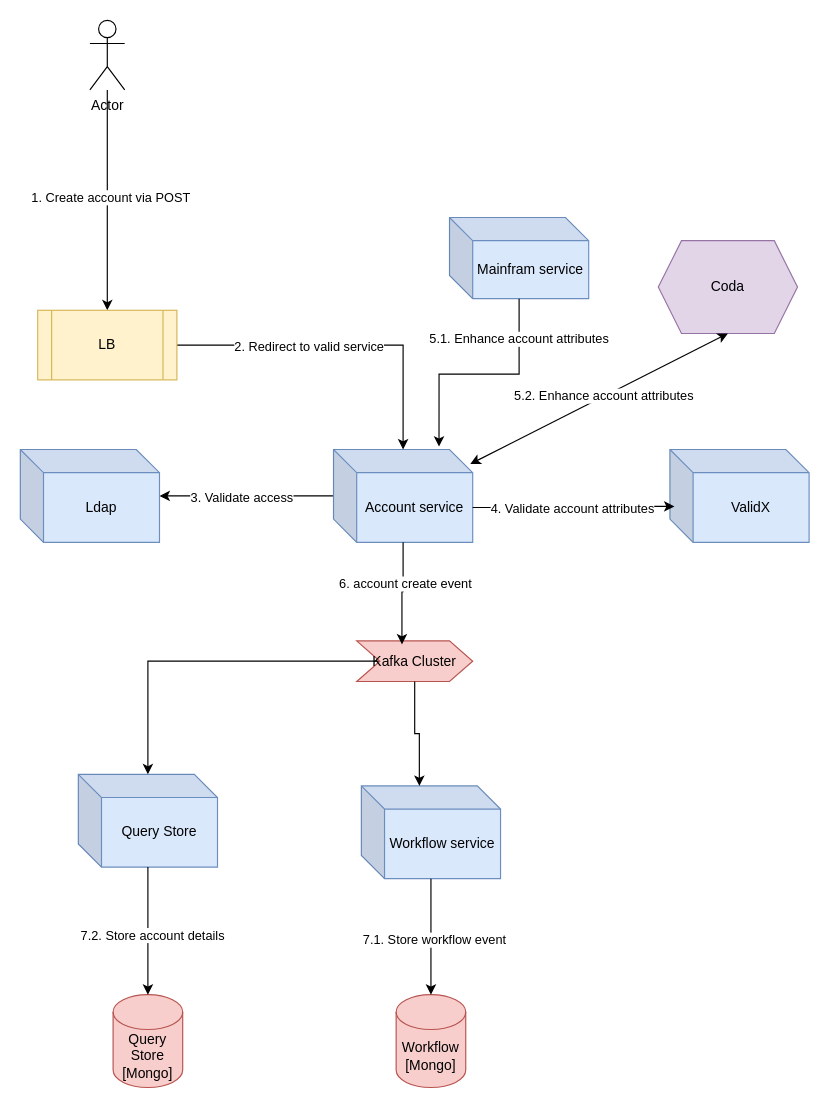
Before: Create account flow.drawio in cyberstoneac/draw_io_docs, a draw.io diagram. Source tidied: cells renumbered, new cells numbered last; positions are measured from the earlier drawing's top-left corner, leaving out a move shared by most shapes. Both pictures are drawn from the tidied source at 116%, with x=0, y=0 at pixel (20, 20).
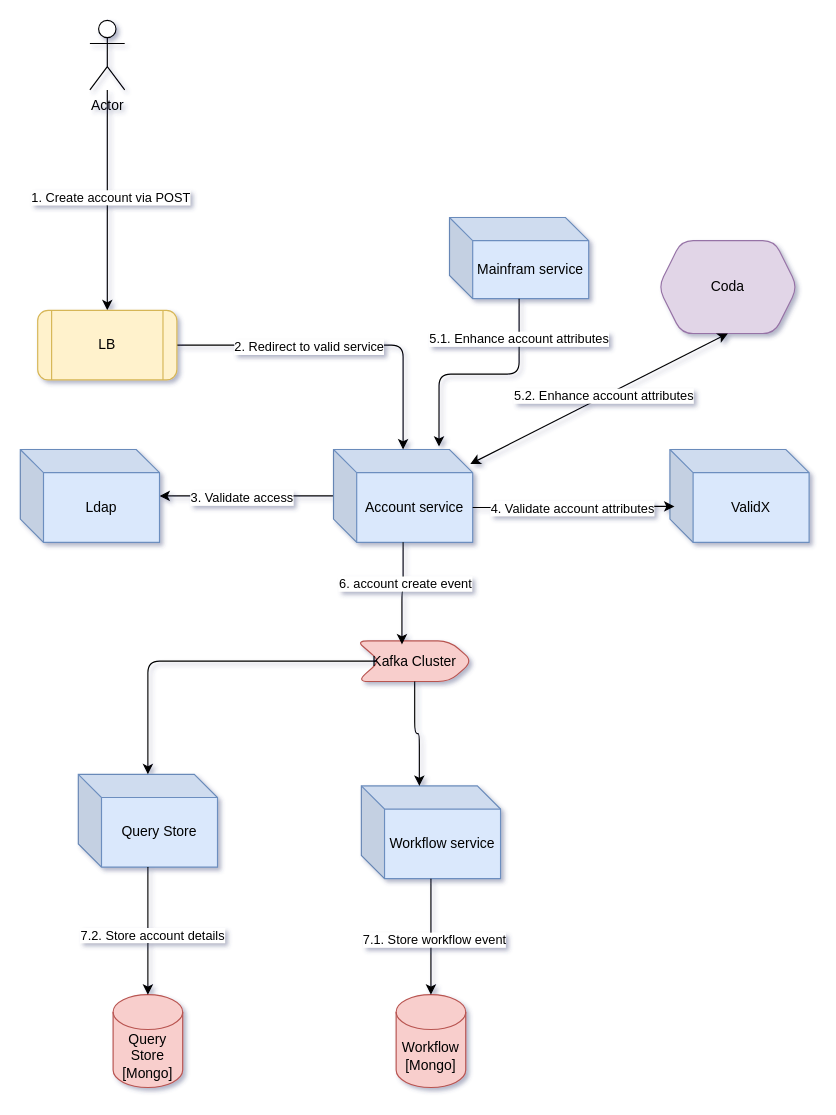
Above is the later version.

Diff of the diagram source:
```diff
@@
-<mxGraphModel>
+<mxGraphModel shadow="1">
@@
-    <mxCell id="2" style="edgeStyle=orthogonalEdgeStyle;rounded=0;jettySize=auto;html=1;" parent="1" edge="1" source="4" target="11">
+    <mxCell id="2" style="edgeStyle=orthogonalEdgeStyle;rounded=1;jettySize=auto;html=1;" parent="1" edge="1" source="4" target="11">
       <mxGeometry relative="1" as="geometry" />
     </mxCell>
-    <mxCell id="3" value="3. Validate access" style="edgeLabel;html=1;align=center;verticalAlign=middle;" parent="2" vertex="1">
+    <mxCell id="3" value="3. Validate access" style="edgeLabel;html=1;align=center;verticalAlign=middle;rounded=1;roundedPerimeter=1;" parent="2" vertex="1">
       <mxGeometry x="0.06" y="1" relative="1" as="geometry" />
     </mxCell>
-    <mxCell id="4" value="Account service" style="shape=cube;whiteSpace=wrap;html=1;boundedLbl=1;backgroundOutline=1;darkOpacity=0.05;darkOpacity2=0.1;fillColor=#dae8fc;strokeColor=#6c8ebf;" parent="1" vertex="1">
+    <mxCell id="4" value="Account service" style="shape=cube;whiteSpace=wrap;html=1;boundedLbl=1;backgroundOutline=1;darkOpacity=0.05;darkOpacity2=0.1;fillColor=#dae8fc;strokeColor=#6c8ebf;rounded=1;roundedPerimeter=1;" parent="1" vertex="1">
       <mxGeometry x="270" y="370" width="120" height="80" as="geometry" />
     </mxCell>
-    <mxCell id="5" style="edgeStyle=orthogonalEdgeStyle;rounded=0;jettySize=auto;html=1;entryX=0.5;entryY=0;entryDx=0;entryDy=0;" parent="1" edge="1" source="7" target="10">
+    <mxCell id="5" style="edgeStyle=orthogonalEdgeStyle;rounded=1;jettySize=auto;html=1;entryX=0.5;entryY=0;entryDx=0;entryDy=0;" parent="1" edge="1" source="7" target="10">
       <mxGeometry relative="1" as="geometry" />
     </mxCell>
-    <mxCell id="6" value="1. Create account via POST" style="edgeLabel;html=1;align=center;verticalAlign=middle;" parent="5" vertex="1">
+    <mxCell id="6" value="1. Create account via POST" style="edgeLabel;html=1;align=center;verticalAlign=middle;rounded=1;roundedPerimeter=1;" parent="5" vertex="1">
       <mxGeometry x="-0.03" y="2" relative="1" as="geometry" />
     </mxCell>
-    <mxCell id="7" value="Actor" style="shape=umlActor;verticalLabelPosition=bottom;verticalAlign=top;html=1;outlineConnect=0;" parent="1" vertex="1">
+    <mxCell id="7" value="Actor" style="shape=umlActor;verticalLabelPosition=bottom;verticalAlign=top;html=1;outlineConnect=0;rounded=1;roundedPerimeter=1;" parent="1" vertex="1">
       <mxGeometry x="60" width="30" height="60" as="geometry" />
     </mxCell>
-    <mxCell id="8" style="edgeStyle=orthogonalEdgeStyle;rounded=0;jettySize=auto;html=1;" parent="1" edge="1" source="10" target="4">
+    <mxCell id="8" style="edgeStyle=orthogonalEdgeStyle;rounded=1;jettySize=auto;html=1;" parent="1" edge="1" source="10" target="4">
       <mxGeometry relative="1" as="geometry" />
     </mxCell>
-    <mxCell id="9" value="2. Redirect to valid service" style="edgeLabel;html=1;align=center;verticalAlign=middle;" parent="8" vertex="1">
+    <mxCell id="9" value="2. Redirect to valid service" style="edgeLabel;html=1;align=center;verticalAlign=middle;rounded=1;roundedPerimeter=1;" parent="8" vertex="1">
       <mxGeometry x="-0.21" y="-1" relative="1" as="geometry" />
     </mxCell>
-    <mxCell id="10" value="LB" style="shape=process;whiteSpace=wrap;html=1;backgroundOutline=1;fillColor=#fff2cc;strokeColor=#d6b656;" parent="1" vertex="1">
+    <mxCell id="10" value="LB" style="shape=process;whiteSpace=wrap;html=1;backgroundOutline=1;fillColor=#fff2cc;strokeColor=#d6b656;rounded=1;roundedPerimeter=1;" parent="1" vertex="1">
       <mxGeometry x="15" y="250" width="120" height="60" as="geometry" />
     </mxCell>
-    <mxCell id="11" value="Ldap" style="shape=cube;whiteSpace=wrap;html=1;boundedLbl=1;backgroundOutline=1;darkOpacity=0.05;darkOpacity2=0.1;fillColor=#dae8fc;strokeColor=#6c8ebf;" parent="1" vertex="1">
+    <mxCell id="11" value="Ldap" style="shape=cube;whiteSpace=wrap;html=1;boundedLbl=1;backgroundOutline=1;darkOpacity=0.05;darkOpacity2=0.1;fillColor=#dae8fc;strokeColor=#6c8ebf;rounded=1;roundedPerimeter=1;" parent="1" vertex="1">
       <mxGeometry y="370" width="120" height="80" as="geometry" />
     </mxCell>
-    <mxCell id="12" value="ValidX" style="shape=cube;whiteSpace=wrap;html=1;boundedLbl=1;backgroundOutline=1;darkOpacity=0.05;darkOpacity2=0.1;fillColor=#dae8fc;strokeColor=#6c8ebf;" parent="1" vertex="1">
+    <mxCell id="12" value="ValidX" style="shape=cube;whiteSpace=wrap;html=1;boundedLbl=1;backgroundOutline=1;darkOpacity=0.05;darkOpacity2=0.1;fillColor=#dae8fc;strokeColor=#6c8ebf;rounded=1;roundedPerimeter=1;" parent="1" vertex="1">
       <mxGeometry x="560" y="370" width="120" height="80" as="geometry" />
     </mxCell>
-    <mxCell id="13" style="edgeStyle=orthogonalEdgeStyle;rounded=0;jettySize=auto;html=1;exitX=0;exitY=0;exitDx=120;exitDy=50;exitPerimeter=0;entryX=0.033;entryY=0.613;entryDx=0;entryDy=0;entryPerimeter=0;" parent="1" edge="1" source="4" target="12">
+    <mxCell id="13" style="edgeStyle=orthogonalEdgeStyle;rounded=1;jettySize=auto;html=1;exitX=0;exitY=0;exitDx=120;exitDy=50;exitPerimeter=0;entryX=0.033;entryY=0.613;entryDx=0;entryDy=0;entryPerimeter=0;" parent="1" edge="1" source="4" target="12">
       <mxGeometry relative="1" as="geometry" />
     </mxCell>
-    <mxCell id="14" value="4. Validate account attributes" style="edgeLabel;html=1;align=center;verticalAlign=middle;" parent="13" vertex="1">
+    <mxCell id="14" value="4. Validate account attributes" style="edgeLabel;html=1;align=center;verticalAlign=middle;rounded=1;roundedPerimeter=1;" parent="13" vertex="1">
       <mxGeometry x="-0.01" y="-1" relative="1" as="geometry" />
     </mxCell>
-    <mxCell id="15" value="Workflow service" style="shape=cube;whiteSpace=wrap;html=1;boundedLbl=1;backgroundOutline=1;darkOpacity=0.05;darkOpacity2=0.1;fillColor=#dae8fc;strokeColor=#6c8ebf;" parent="1" vertex="1">
+    <mxCell id="15" value="Workflow service" style="shape=cube;whiteSpace=wrap;html=1;boundedLbl=1;backgroundOutline=1;darkOpacity=0.05;darkOpacity2=0.1;fillColor=#dae8fc;strokeColor=#6c8ebf;rounded=1;roundedPerimeter=1;" parent="1" vertex="1">
       <mxGeometry x="294" y="660" width="120" height="80" as="geometry" />
     </mxCell>
-    <mxCell id="16" value="Query Store" style="shape=cube;whiteSpace=wrap;html=1;boundedLbl=1;backgroundOutline=1;darkOpacity=0.05;darkOpacity2=0.1;fillColor=#dae8fc;strokeColor=#6c8ebf;" parent="1" vertex="1">
+    <mxCell id="16" value="Query Store" style="shape=cube;whiteSpace=wrap;html=1;boundedLbl=1;backgroundOutline=1;darkOpacity=0.05;darkOpacity2=0.1;fillColor=#dae8fc;strokeColor=#6c8ebf;rounded=1;roundedPerimeter=1;" parent="1" vertex="1">
       <mxGeometry x="50" y="650" width="120" height="80" as="geometry" />
     </mxCell>
-    <mxCell id="17" style="edgeStyle=orthogonalEdgeStyle;rounded=0;jettySize=auto;html=1;" parent="1" edge="1" source="18" target="16">
+    <mxCell id="17" style="edgeStyle=orthogonalEdgeStyle;rounded=1;jettySize=auto;html=1;" parent="1" edge="1" source="18" target="16">
       <mxGeometry relative="1" as="geometry" />
     </mxCell>
-    <mxCell id="18" value="Kafka Cluster" style="shape=step;perimeter=stepPerimeter;whiteSpace=wrap;html=1;shapeInside=1;fixedSize=1;fillColor=#f8cecc;strokeColor=#b85450;" parent="1" vertex="1">
+    <mxCell id="18" value="Kafka Cluster" style="shape=step;perimeter=stepPerimeter;whiteSpace=wrap;html=1;shapeInside=1;fixedSize=1;fillColor=#f8cecc;strokeColor=#b85450;rounded=1;roundedPerimeter=1;" parent="1" vertex="1">
       <mxGeometry x="290" y="535" width="100" height="35" as="geometry" />
     </mxCell>
-    <mxCell id="19" style="edgeStyle=orthogonalEdgeStyle;rounded=0;jettySize=auto;html=1;entryX=0.39;entryY=0.086;entryDx=0;entryDy=0;entryPerimeter=0;" parent="1" edge="1" source="4" target="18">
+    <mxCell id="19" style="edgeStyle=orthogonalEdgeStyle;rounded=1;jettySize=auto;html=1;entryX=0.39;entryY=0.086;entryDx=0;entryDy=0;entryPerimeter=0;" parent="1" edge="1" source="4" target="18">
       <mxGeometry relative="1" as="geometry" />
     </mxCell>
-    <mxCell id="20" value="6. account create event" style="edgeLabel;html=1;align=center;verticalAlign=middle;" parent="19" vertex="1">
+    <mxCell id="20" value="6. account create event" style="edgeLabel;html=1;align=center;verticalAlign=middle;rounded=1;roundedPerimeter=1;" parent="19" vertex="1">
       <mxGeometry x="-0.21" y="1" relative="1" as="geometry" />
     </mxCell>
-    <mxCell id="21" style="edgeStyle=orthogonalEdgeStyle;rounded=0;jettySize=auto;html=1;entryX=0;entryY=0;entryDx=50;entryDy=0;entryPerimeter=0;" parent="1" edge="1" source="18" target="15">
+    <mxCell id="21" style="edgeStyle=orthogonalEdgeStyle;rounded=1;jettySize=auto;html=1;entryX=0;entryY=0;entryDx=50;entryDy=0;entryPerimeter=0;" parent="1" edge="1" source="18" target="15">
       <mxGeometry relative="1" as="geometry" />
     </mxCell>
-    <mxCell id="22" value="Workflow [Mongo]" style="shape=cylinder3;whiteSpace=wrap;html=1;boundedLbl=1;backgroundOutline=1;size=15;fillColor=#f8cecc;strokeColor=#b85450;" parent="1" vertex="1">
+    <mxCell id="22" value="Workflow [Mongo]" style="shape=cylinder3;whiteSpace=wrap;html=1;boundedLbl=1;backgroundOutline=1;size=15;fillColor=#f8cecc;strokeColor=#b85450;rounded=1;roundedPerimeter=1;" parent="1" vertex="1">
       <mxGeometry x="324" y="840" width="60" height="80" as="geometry" />
     </mxCell>
-    <mxCell id="23" style="edgeStyle=orthogonalEdgeStyle;rounded=0;jettySize=auto;html=1;entryX=0.5;entryY=0;entryDx=0;entryDy=0;entryPerimeter=0;" parent="1" edge="1" source="15" target="22">
+    <mxCell id="23" style="edgeStyle=orthogonalEdgeStyle;rounded=1;jettySize=auto;html=1;entryX=0.5;entryY=0;entryDx=0;entryDy=0;entryPerimeter=0;" parent="1" edge="1" source="15" target="22">
       <mxGeometry relative="1" as="geometry" />
     </mxCell>
-    <mxCell id="24" value="7.1. Store workflow event" style="edgeLabel;html=1;align=center;verticalAlign=middle;" parent="23" vertex="1">
+    <mxCell id="24" value="7.1. Store workflow event" style="edgeLabel;html=1;align=center;verticalAlign=middle;rounded=1;roundedPerimeter=1;" parent="23" vertex="1">
       <mxGeometry x="0.03" y="2" relative="1" as="geometry" />
     </mxCell>
-    <mxCell id="25" value="Query Store [Mongo]" style="shape=cylinder3;whiteSpace=wrap;html=1;boundedLbl=1;backgroundOutline=1;size=15;fillColor=#f8cecc;strokeColor=#b85450;" parent="1" vertex="1">
+    <mxCell id="25" value="Query Store [Mongo]" style="shape=cylinder3;whiteSpace=wrap;html=1;boundedLbl=1;backgroundOutline=1;size=15;fillColor=#f8cecc;strokeColor=#b85450;rounded=1;roundedPerimeter=1;" parent="1" vertex="1">
       <mxGeometry x="80" y="840" width="60" height="80" as="geometry" />
     </mxCell>
-    <mxCell id="26" style="edgeStyle=orthogonalEdgeStyle;rounded=0;jettySize=auto;html=1;entryX=0.5;entryY=0;entryDx=0;entryDy=0;entryPerimeter=0;" parent="1" edge="1" source="16" target="25">
+    <mxCell id="26" style="edgeStyle=orthogonalEdgeStyle;rounded=1;jettySize=auto;html=1;entryX=0.5;entryY=0;entryDx=0;entryDy=0;entryPerimeter=0;" parent="1" edge="1" source="16" target="25">
       <mxGeometry relative="1" as="geometry" />
     </mxCell>
-    <mxCell id="27" value="7.2. Store account details" style="edgeLabel;html=1;align=center;verticalAlign=middle;" parent="26" vertex="1">
+    <mxCell id="27" value="7.2. Store account details" style="edgeLabel;html=1;align=center;verticalAlign=middle;rounded=1;roundedPerimeter=1;" parent="26" vertex="1">
       <mxGeometry x="0.05" y="3" relative="1" as="geometry" />
     </mxCell>
-    <mxCell id="28" value="Coda" style="shape=hexagon;perimeter=hexagonPerimeter2;whiteSpace=wrap;html=1;shapeInside=1;fixedSize=1;fillColor=#e1d5e7;strokeColor=#9673a6;" parent="1" vertex="1">
+    <mxCell id="28" value="Coda" style="shape=hexagon;perimeter=hexagonPerimeter2;whiteSpace=wrap;html=1;shapeInside=1;fixedSize=1;fillColor=#e1d5e7;strokeColor=#9673a6;rounded=1;roundedPerimeter=1;" parent="1" vertex="1">
       <mxGeometry x="550" y="190" width="120" height="80" as="geometry" />
     </mxCell>
-    <mxCell id="29" style="endArrow=classic;startArrow=classic;html=1;rounded=0;exitX=0.983;exitY=0.156;exitDx=0;exitDy=0;exitPerimeter=0;" parent="1" edge="1" source="4">
+    <mxCell id="29" style="endArrow=classic;startArrow=classic;html=1;rounded=1;exitX=0.983;exitY=0.156;exitDx=0;exitDy=0;exitPerimeter=0;" parent="1" edge="1" source="4">
       <mxGeometry relative="1" as="geometry">
         <mxPoint x="610" y="270" as="targetPoint" />
       </mxGeometry>
     </mxCell>
-    <mxCell id="30" value="5.2. Enhance account attributes" style="edgeLabel;html=1;align=center;verticalAlign=middle;" parent="29" vertex="1">
+    <mxCell id="30" value="5.2. Enhance account attributes" style="edgeLabel;html=1;align=center;verticalAlign=middle;rounded=1;roundedPerimeter=1;" parent="29" vertex="1">
       <mxGeometry x="0.04" y="1" relative="1" as="geometry" />
     </mxCell>
-    <mxCell id="31" value="Mainfram service" style="shape=cube;whiteSpace=wrap;html=1;boundedLbl=1;backgroundOutline=1;darkOpacity=0.05;darkOpacity2=0.1;fillColor=#dae8fc;strokeColor=#6c8ebf;" parent="1" vertex="1">
+    <mxCell id="31" value="Mainfram service" style="shape=cube;whiteSpace=wrap;html=1;boundedLbl=1;backgroundOutline=1;darkOpacity=0.05;darkOpacity2=0.1;fillColor=#dae8fc;strokeColor=#6c8ebf;rounded=1;roundedPerimeter=1;" parent="1" vertex="1">
       <mxGeometry x="370" y="170" width="120" height="70" as="geometry" />
     </mxCell>
-    <mxCell id="32" style="edgeStyle=orthogonalEdgeStyle;rounded=0;jettySize=auto;html=1;entryX=0.758;entryY=-0.031;entryDx=0;entryDy=0;entryPerimeter=0;" parent="1" edge="1" source="31" target="4">
+    <mxCell id="32" style="edgeStyle=orthogonalEdgeStyle;rounded=1;jettySize=auto;html=1;entryX=0.758;entryY=-0.031;entryDx=0;entryDy=0;entryPerimeter=0;" parent="1" edge="1" source="31" target="4">
       <mxGeometry relative="1" as="geometry" />
     </mxCell>
-    <mxCell id="33" value="5.1. Enhance account attributes" style="edgeLabel;html=1;align=center;verticalAlign=middle;" parent="32" vertex="1">
+    <mxCell id="33" value="5.1. Enhance account attributes" style="edgeLabel;html=1;align=center;verticalAlign=middle;rounded=1;roundedPerimeter=1;" parent="32" vertex="1">
       <mxGeometry x="-0.66" y="-1" relative="1" as="geometry">
         <mxPoint y="1" as="offset" />
       </mxGeometry>
     </mxCell>
```
